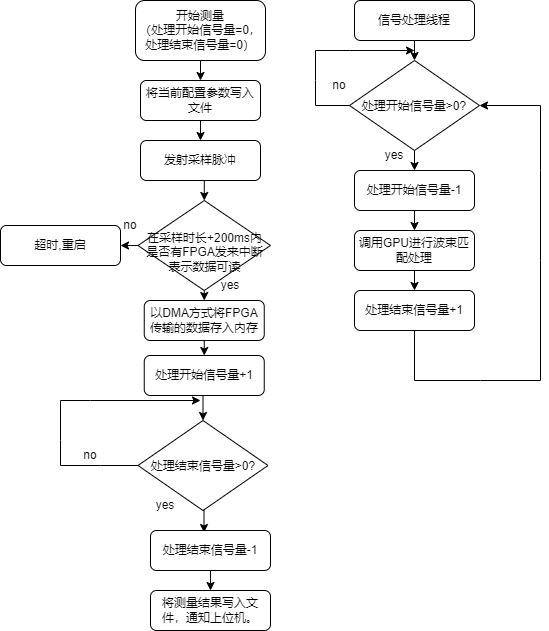
Sky199710/myDiagram keeps this draw.io diagram as 多次测量求均值版本.png. Above is the earlier version. Source tidied: cells renumbered, new cells last; positions are measured from the earlier drawing's top-left corner, leaving out a move shared by most shapes.
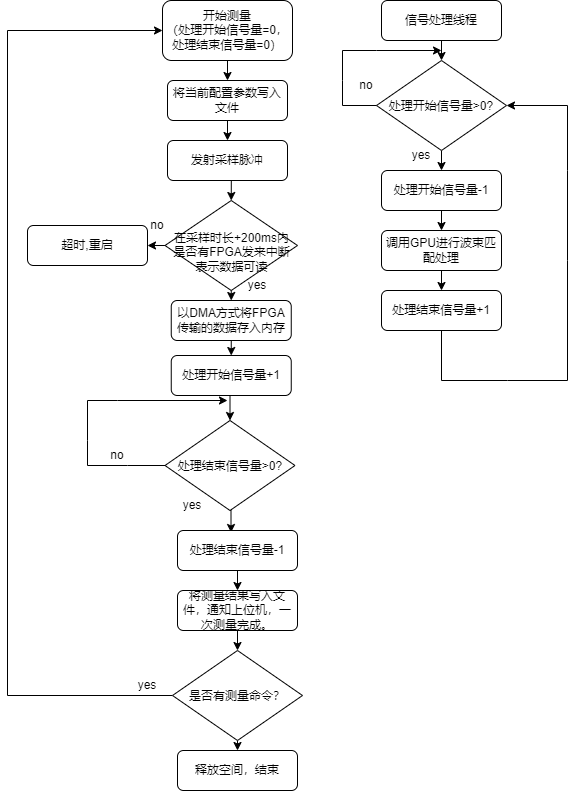
The same file after the commit.

Commit message:
Update 多次测量求均值版本.png

What changed in the source:
```diff
@@ -125,7 +125,10 @@
     <mxCell id="36" value="yes" style="text;html=1;strokeColor=none;fillColor=none;align=center;verticalAlign=middle;whiteSpace=wrap;rounded=0;" parent="1" vertex="1">
       <mxGeometry x="135" y="490" width="60" height="30" as="geometry" />
     </mxCell>
+    <mxCell id="40" style="edgeStyle=orthogonalEdgeStyle;rounded=0;jettySize=auto;html=1;exitX=0.5;exitY=1;exitDx=0;exitDy=0;entryX=0.5;entryY=0;entryDx=0;entryDy=0;" parent="1" edge="1" source="37" target="43">
+      <mxGeometry relative="1" as="geometry" />
+    </mxCell>
-    <mxCell id="37" value="将测量结果写入文件，通知上位机。" style="rounded=1;whiteSpace=wrap;html=1;fontSize=12;glass=0;strokeWidth=1;shadow=0;" parent="1" vertex="1">
+    <mxCell id="37" value="将测量结果写入文件，通知上位机，一次测量完成。" style="rounded=1;whiteSpace=wrap;html=1;fontSize=12;glass=0;strokeWidth=1;shadow=0;" parent="1" vertex="1">
       <mxGeometry x="150" y="590" width="120" height="40" as="geometry" />
     </mxCell>
     <mxCell id="38" style="endArrow=classic;html=1;rounded=0;exitX=0;exitY=0.5;exitDx=0;exitDy=0;" parent="1" edge="1" source="20">
@@ -151,5 +154,25 @@
         </Array>
       </mxGeometry>
     </mxCell>
+    <mxCell id="41" style="edgeStyle=orthogonalEdgeStyle;rounded=0;jettySize=auto;html=1;exitX=0;exitY=0.5;exitDx=0;exitDy=0;entryX=0;entryY=0.5;entryDx=0;entryDy=0;" parent="1" edge="1" source="43" target="3">
+      <mxGeometry relative="1" as="geometry">
+        <Array as="points">
+          <mxPoint x="-20" y="695" />
+          <mxPoint x="-20" y="30" />
+        </Array>
+      </mxGeometry>
+    </mxCell>
+    <mxCell id="42" style="edgeStyle=orthogonalEdgeStyle;rounded=0;jettySize=auto;html=1;exitX=0.5;exitY=1;exitDx=0;exitDy=0;entryX=0.5;entryY=0;entryDx=0;entryDy=0;" parent="1" edge="1" source="43" target="45">
+      <mxGeometry relative="1" as="geometry" />
+    </mxCell>
+    <mxCell id="43" value="是否有测量命令？" style="rhombus;whiteSpace=wrap;html=1;shadow=0;fontFamily=Helvetica;fontSize=12;align=center;strokeWidth=1;spacing=6;spacingTop=1;" parent="1" vertex="1">
+      <mxGeometry x="145" y="650" width="130" height="90" as="geometry" />
+    </mxCell>
+    <mxCell id="44" value="yes" style="text;html=1;strokeColor=none;fillColor=none;align=center;verticalAlign=middle;whiteSpace=wrap;rounded=0;" parent="1" vertex="1">
+      <mxGeometry x="90" y="670" width="60" height="30" as="geometry" />
+    </mxCell>
+    <mxCell id="45" value="释放空间，结束" style="rounded=1;whiteSpace=wrap;html=1;fontSize=12;glass=0;strokeWidth=1;shadow=0;" parent="1" vertex="1">
+      <mxGeometry x="150" y="750" width="120" height="40" as="geometry" />
+    </mxCell>
   </root>
 </mxGraphModel>
```
